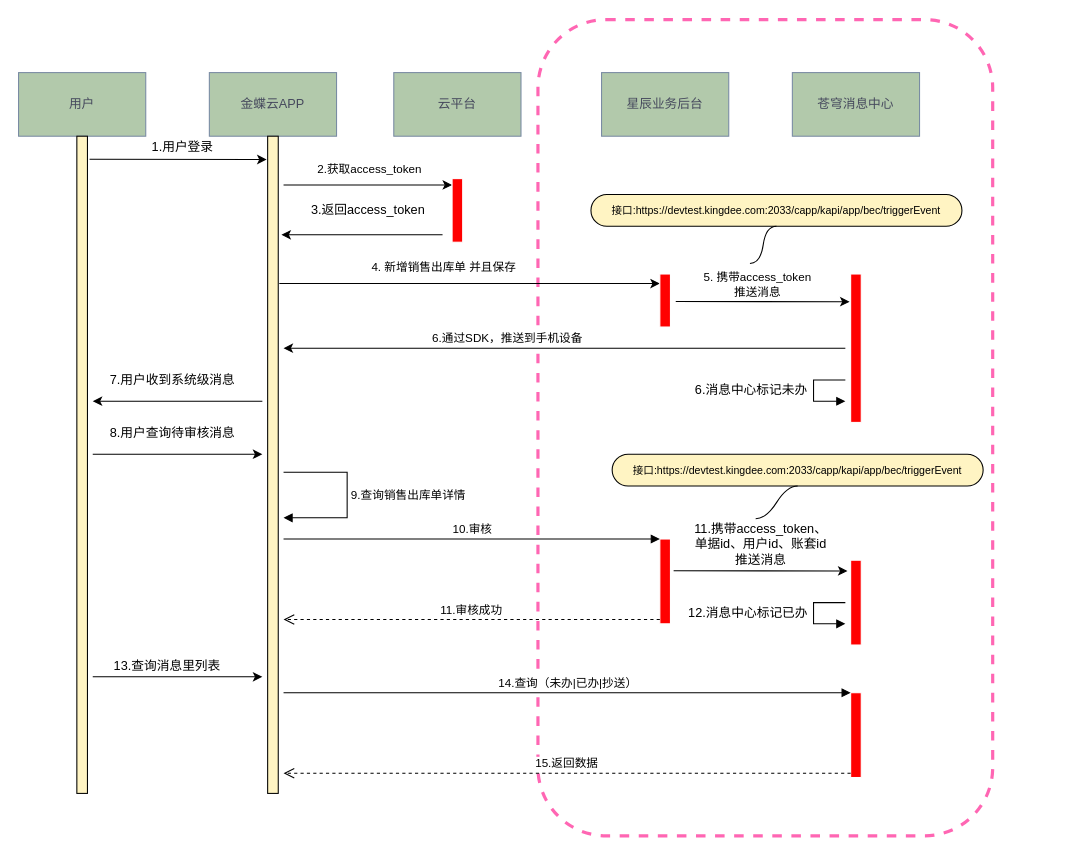
Mark-LoveFootball/mind keeps this draw.io diagram as 消息中心.drawio. Above is the earlier version. Source tidied: cells renumbered, new cells numbered last; positions are measured from the earlier drawing's top-left corner, leaving out a move shared by most shapes. Both pictures are drawn from the tidied source at 106%, with x=0, y=0 at pixel (18, 19).
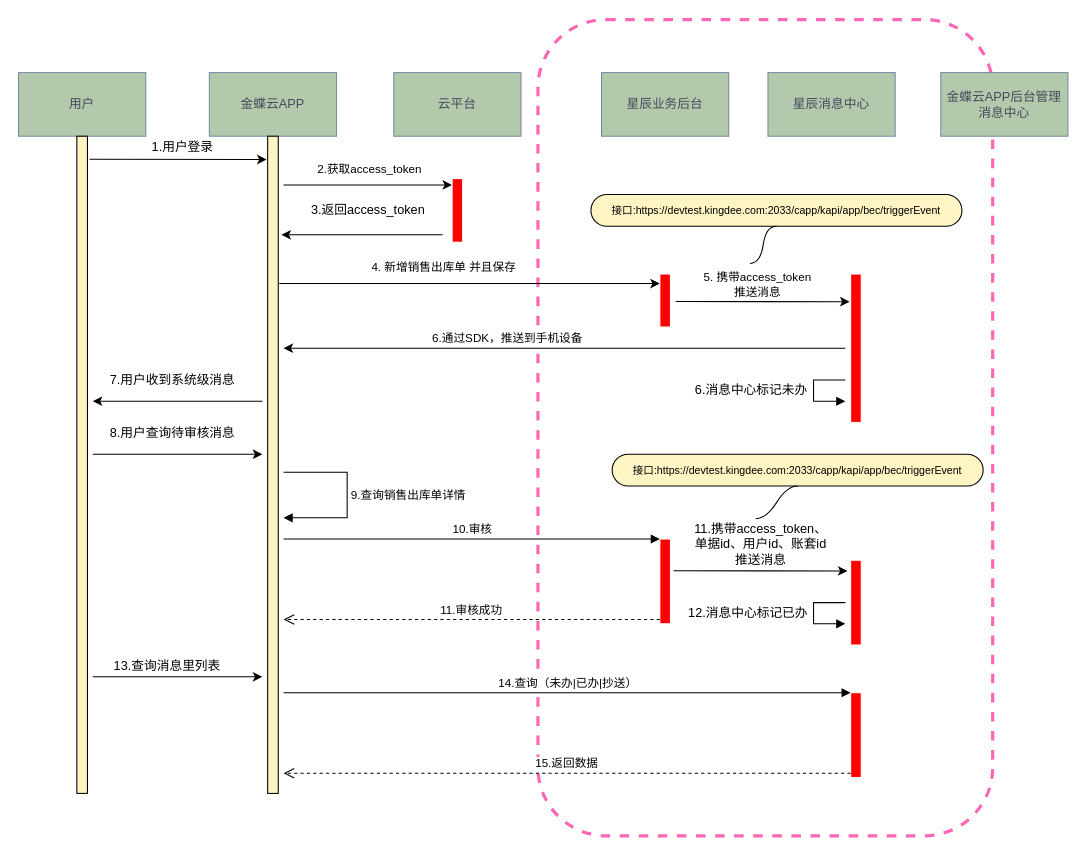
The same diagram, later.

Commit message:
更新消息中心.drawio

The edit, as a diff of the source:
```diff
@@
-    <mxCell id="7" value="苍穹消息中心" style="rounded=0;whiteSpace=wrap;html=1;fillColor=#B2C9AB;strokeColor=#788AA3;fontColor=#46495D;" parent="1" vertex="1">
-      <mxGeometry x="730" y="50" width="120" height="60" as="geometry" />
+    <mxCell id="7" value="金蝶云APP后台管理消息中心" style="rounded=0;whiteSpace=wrap;html=1;fillColor=#B2C9AB;strokeColor=#788AA3;fontColor=#46495D;" parent="1" vertex="1">
+      <mxGeometry x="870" y="50" width="120" height="60" as="geometry" />
     </mxCell>
@@
+    <mxCell id="49" value="星辰消息中心" style="rounded=0;whiteSpace=wrap;html=1;fillColor=#B2C9AB;strokeColor=#788AA3;fontColor=#46495D;" parent="1" vertex="1">
+      <mxGeometry x="707" y="50" width="120" height="60" as="geometry" />
+    </mxCell>
```
